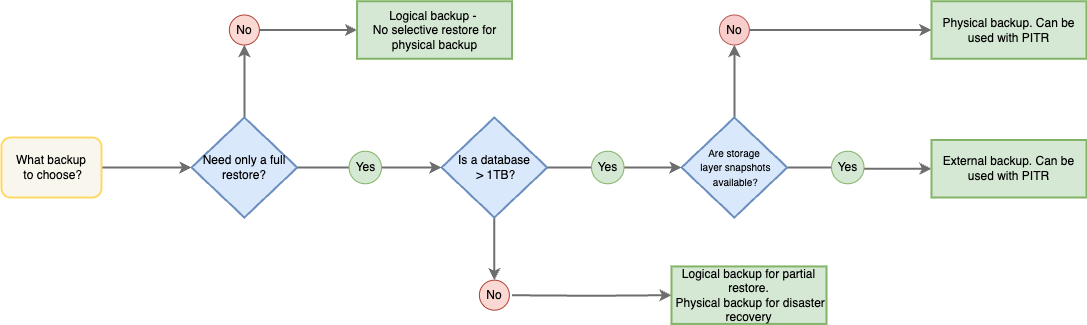
The draw.io diagram docs/_images/backup-matrix.png in percona/pbm-docs, before a commit. Source tidied: cells renumbered, new cells last; positions are measured from the earlier drawing's top-left corner, leaving out a move shared by most shapes.
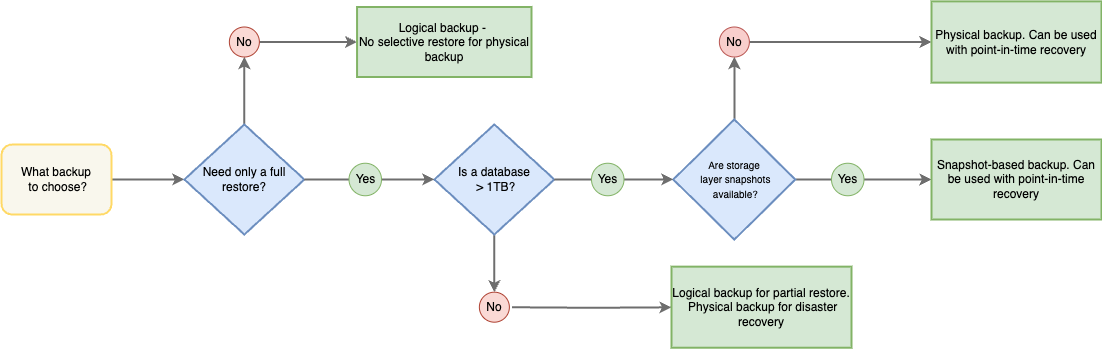
After the commit.

Commit message:
Fixed wording in diagram

The edit, as a diff of the source:
```diff
@@ -6,19 +6,19 @@
       <mxGeometry relative="1" as="geometry" />
     </mxCell>
     <mxCell id="3" value="What backup&lt;div&gt;&amp;nbsp;to choose?&lt;/div&gt;" style="rounded=1;whiteSpace=wrap;html=1;fillColor=#f9f7ed;strokeColor=#FFD966;strokeWidth=2;" parent="1" vertex="1">
-      <mxGeometry y="136" width="100" height="60" as="geometry" />
+      <mxGeometry y="131" width="110" height="70" as="geometry" />
     </mxCell>
     <mxCell id="4" style="edgeStyle=orthogonalEdgeStyle;rounded=0;jettySize=auto;html=1;strokeColor=#6E6E6E;strokeWidth=2;" parent="1" edge="1" source="5" target="13">
       <mxGeometry relative="1" as="geometry" />
     </mxCell>
     <mxCell id="5" value="Need only a full restore?" style="rhombus;whiteSpace=wrap;html=1;fillColor=#dae8fc;strokeColor=#6c8ebf;strokeWidth=2;" parent="1" vertex="1">
-      <mxGeometry x="190" y="116" width="105.7" height="100" as="geometry" />
+      <mxGeometry x="182.9" y="111" width="120" height="110" as="geometry" />
     </mxCell>
     <mxCell id="6" style="edgeStyle=orthogonalEdgeStyle;rounded=0;jettySize=auto;html=1;exitX=0.5;exitY=1;exitDx=0;exitDy=0;entryX=0.5;entryY=0;entryDx=0;entryDy=0;strokeColor=#6E6E6E;strokeWidth=2;" parent="1" edge="1" source="7" target="26">
       <mxGeometry relative="1" as="geometry" />
     </mxCell>
     <mxCell id="7" value="Is a database&lt;div&gt;&amp;nbsp;&amp;gt; 1TB?&lt;/div&gt;" style="rhombus;whiteSpace=wrap;html=1;fillColor=#dae8fc;strokeColor=#6c8ebf;strokeWidth=2;" parent="1" vertex="1">
-      <mxGeometry x="440" y="116" width="105.7" height="100" as="geometry" />
+      <mxGeometry x="432.9" y="111" width="120" height="110" as="geometry" />
     </mxCell>
     <mxCell id="8" style="edgeStyle=orthogonalEdgeStyle;rounded=0;jettySize=auto;html=1;entryX=0;entryY=0.5;entryDx=0;entryDy=0;strokeColor=#6E6E6E;strokeWidth=2;" parent="1" edge="1" source="10" target="21">
       <mxGeometry relative="1" as="geometry" />
@@ -27,7 +27,7 @@
       <mxGeometry relative="1" as="geometry" />
     </mxCell>
     <mxCell id="10" value="&lt;font style=&quot;font-size: 10px;&quot;&gt;Are storage&lt;/font&gt;&lt;div&gt;&lt;font style=&quot;font-size: 10px;&quot;&gt;&amp;nbsp;layer&lt;/font&gt;&lt;span style=&quot;font-size: 10px; background-color: initial;&quot;&gt;&amp;nbsp;snapshots&lt;/span&gt;&lt;/div&gt;&lt;div&gt;&lt;span style=&quot;font-size: 10px; background-color: initial;&quot;&gt;&amp;nbsp;available?&lt;/span&gt;&lt;/div&gt;" style="rhombus;whiteSpace=wrap;html=1;fillColor=#dae8fc;strokeColor=#6c8ebf;strokeWidth=2;" parent="1" vertex="1">
-      <mxGeometry x="680" y="116" width="105.7" height="100" as="geometry" />
+      <mxGeometry x="671.8" y="106" width="122.1" height="120" as="geometry" />
     </mxCell>
     <mxCell id="11" style="edgeStyle=orthogonalEdgeStyle;rounded=0;jettySize=auto;html=1;strokeColor=none;" parent="1" edge="1" source="5" target="17">
       <mxGeometry relative="1" as="geometry" />
@@ -39,7 +39,7 @@
       <mxGeometry x="227.9" y="13.5" width="30" height="30" as="geometry" />
     </mxCell>
     <mxCell id="14" value="Logical backup -&amp;nbsp;&lt;div&gt;No selective restore for physical backup&lt;/div&gt;" style="rounded=0;whiteSpace=wrap;html=1;fillColor=#d5e8d4;strokeColor=#82b366;strokeWidth=2;" parent="1" vertex="1">
-      <mxGeometry x="355.6" y="-0.2" width="155" height="57.5" as="geometry" />
+      <mxGeometry x="355.6" y="-6.5" width="174.4" height="70" as="geometry" />
     </mxCell>
     <mxCell id="15" style="edgeStyle=orthogonalEdgeStyle;rounded=0;jettySize=auto;html=1;strokeColor=#6E6E6E;strokeWidth=2;" parent="1" edge="1" target="25">
       <mxGeometry relative="1" as="geometry">
@@ -61,8 +61,8 @@
     <mxCell id="20" value="Yes" style="ellipse;whiteSpace=wrap;html=1;fillColor=#d5e8d4;strokeColor=#82b366;" parent="1" vertex="1">
       <mxGeometry x="830" y="149.8" width="32.5" height="32.5" as="geometry" />
     </mxCell>
-    <mxCell id="21" value="External backup. Can be used with PITR" style="rounded=0;whiteSpace=wrap;html=1;fillColor=#d5e8d4;strokeColor=#82b366;strokeWidth=2;" parent="1" vertex="1">
-      <mxGeometry x="930" y="138.5" width="155" height="57.5" as="geometry" />
+    <mxCell id="21" value="Snapshot-based backup. Can be used with point-in-time recovery" style="rounded=0;whiteSpace=wrap;html=1;fillColor=#d5e8d4;strokeColor=#82b366;strokeWidth=2;" parent="1" vertex="1">
+      <mxGeometry x="930" y="126" width="170" height="80" as="geometry" />
     </mxCell>
     <mxCell id="22" style="edgeStyle=orthogonalEdgeStyle;rounded=0;jettySize=auto;html=1;exitX=1;exitY=0.5;exitDx=0;exitDy=0;entryX=0;entryY=0.5;entryDx=0;entryDy=0;strokeColor=#6E6E6E;strokeWidth=2;" parent="1" edge="1" source="23" target="24">
       <mxGeometry relative="1" as="geometry" />
@@ -70,11 +70,11 @@
     <mxCell id="23" value="No" style="ellipse;whiteSpace=wrap;html=1;fillColor=#f8cecc;strokeColor=#b85450;" parent="1" vertex="1">
       <mxGeometry x="717.9" y="13.5" width="30" height="30" as="geometry" />
     </mxCell>
-    <mxCell id="24" value="Physical backup. Can be used with PITR" style="rounded=0;whiteSpace=wrap;html=1;fillColor=#d5e8d4;strokeColor=#82b366;strokeWidth=2;" parent="1" vertex="1">
-      <mxGeometry x="930" y="-0.2" width="155" height="57.5" as="geometry" />
+    <mxCell id="24" value="Physical backup. Can be used with point-in-time recovery" style="rounded=0;whiteSpace=wrap;html=1;fillColor=#d5e8d4;strokeColor=#82b366;strokeWidth=2;" parent="1" vertex="1">
+      <mxGeometry x="930" y="-12.1" width="170" height="81.2" as="geometry" />
     </mxCell>
     <mxCell id="25" value="Logical backup for partial restore.&lt;div&gt;&amp;nbsp;Physical backup for disaster recovery&lt;/div&gt;" style="rounded=0;whiteSpace=wrap;html=1;fillColor=#d5e8d4;strokeColor=#82b366;strokeWidth=2;" parent="1" vertex="1">
-      <mxGeometry x="670" y="264.9" width="155" height="57.5" as="geometry" />
+      <mxGeometry x="670" y="253.2" width="180" height="81.1" as="geometry" />
     </mxCell>
     <mxCell id="26" value="No" style="ellipse;whiteSpace=wrap;html=1;fillColor=#fad9d5;strokeColor=#ae4132;" parent="1" vertex="1">
       <mxGeometry x="477.9" y="278.7" width="30" height="30" as="geometry" />
```
